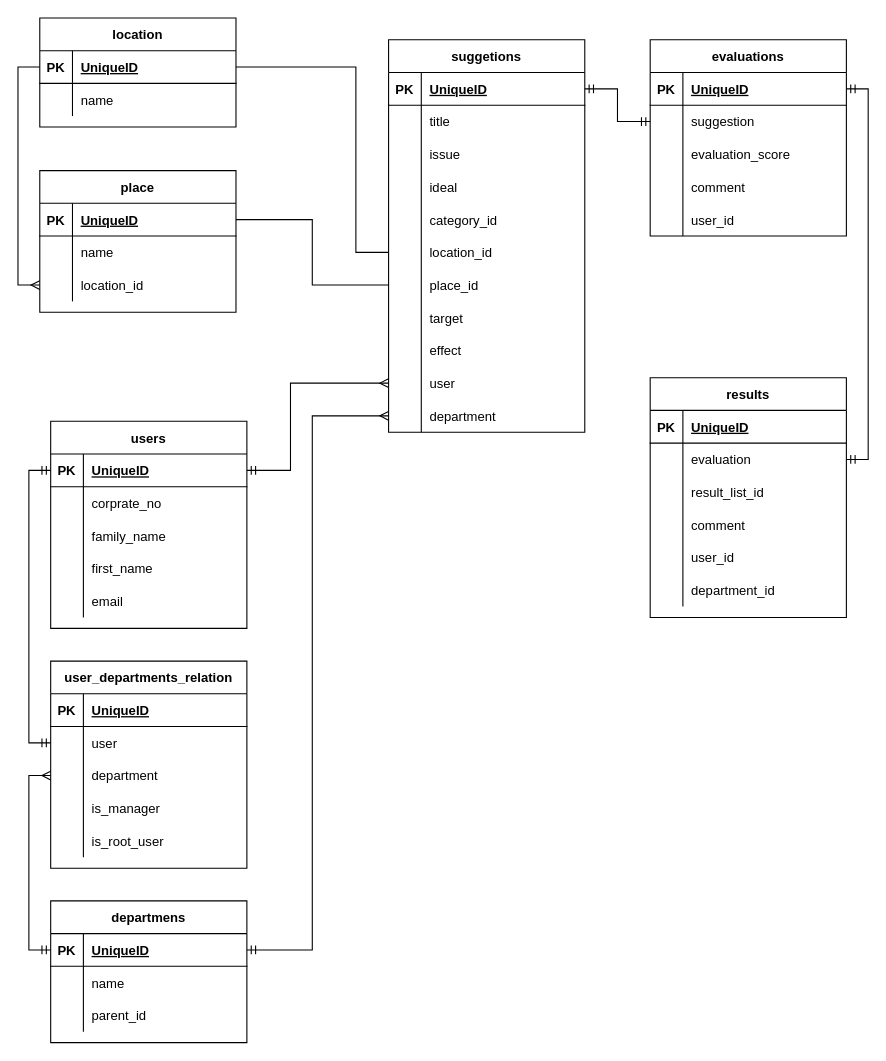
f-mio/suggestion_box keeps this draw.io diagram as db/suggestion_box_ER.dio. Above is the earlier version. Source tidied: cells renumbered, new cells numbered last; positions are measured from the earlier drawing's top-left corner, leaving out a move shared by most shapes. Both pictures are drawn from the tidied source at 109%, with x=0, y=0 at pixel (39, 17).
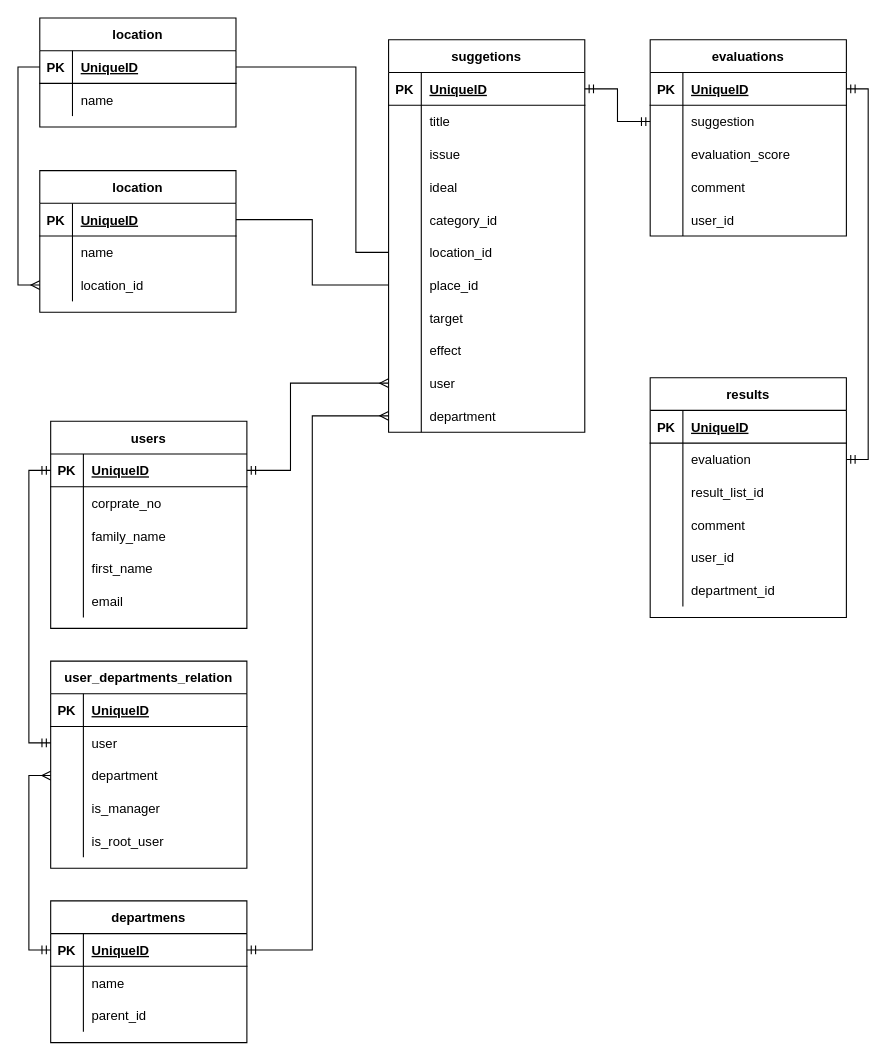
The same diagram, later.

What changed in the source:
```diff
@@
-    <mxCell id="126" value="place" style="shape=table;startSize=30;childLayout=tableLayout;rowLines=0;fontStyle=1;align=center;" parent="1" vertex="1">
+    <mxCell id="126" value="location" style="shape=table;startSize=30;childLayout=tableLayout;rowLines=0;fontStyle=1;align=center;" parent="1" vertex="1">
       <mxGeometry y="140" width="180" height="130" as="geometry" />
     </mxCell>
```
